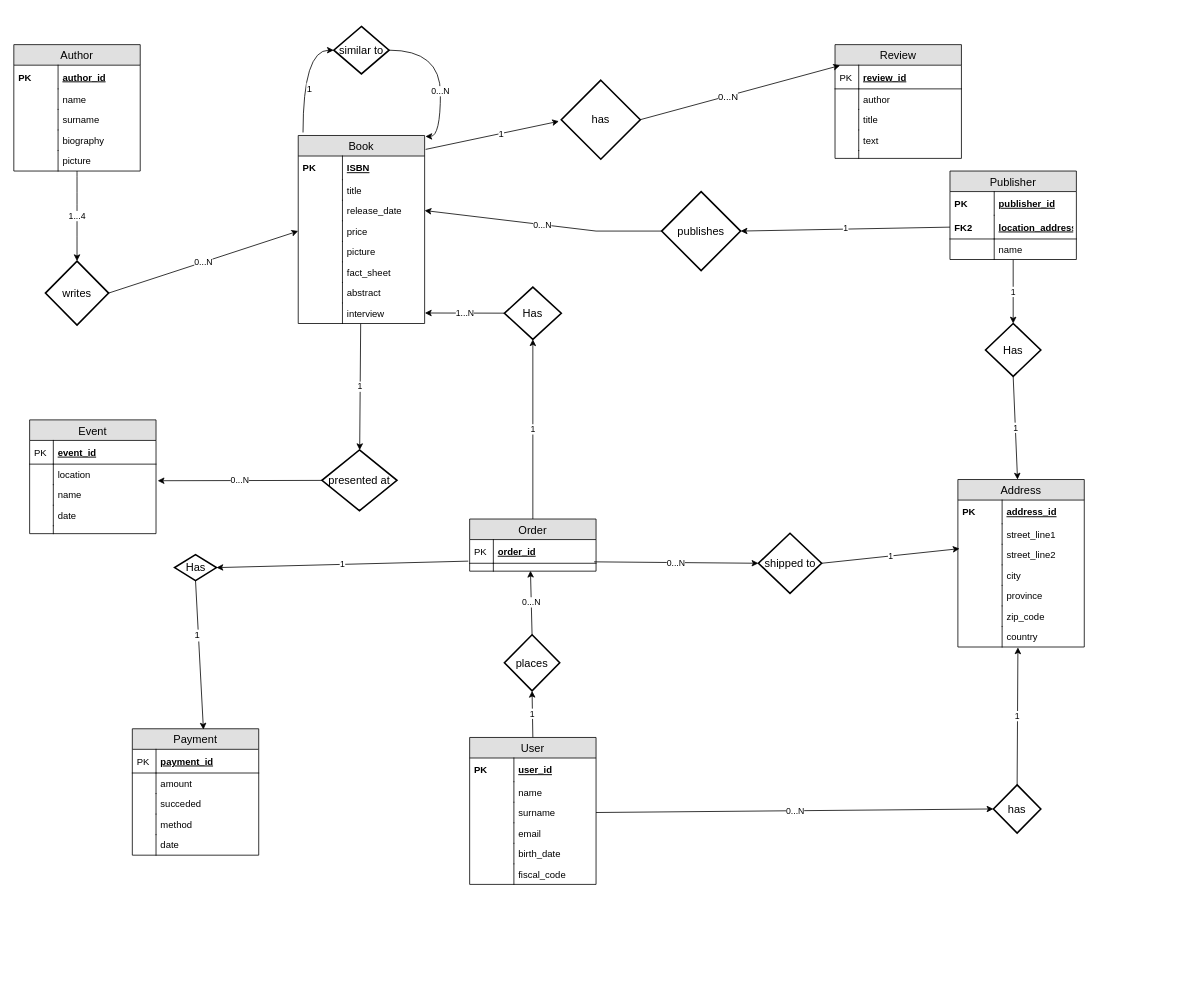
Before: other/er_diagram/ER.drawio in malta895/hypermedia-project, a draw.io diagram. Source tidied: cells renumbered, new cells numbered last; positions are measured from the earlier drawing's top-left corner, leaving out a move shared by most shapes. Both pictures are drawn from the tidied source at 79%, with x=0, y=0 at pixel (13, 26).
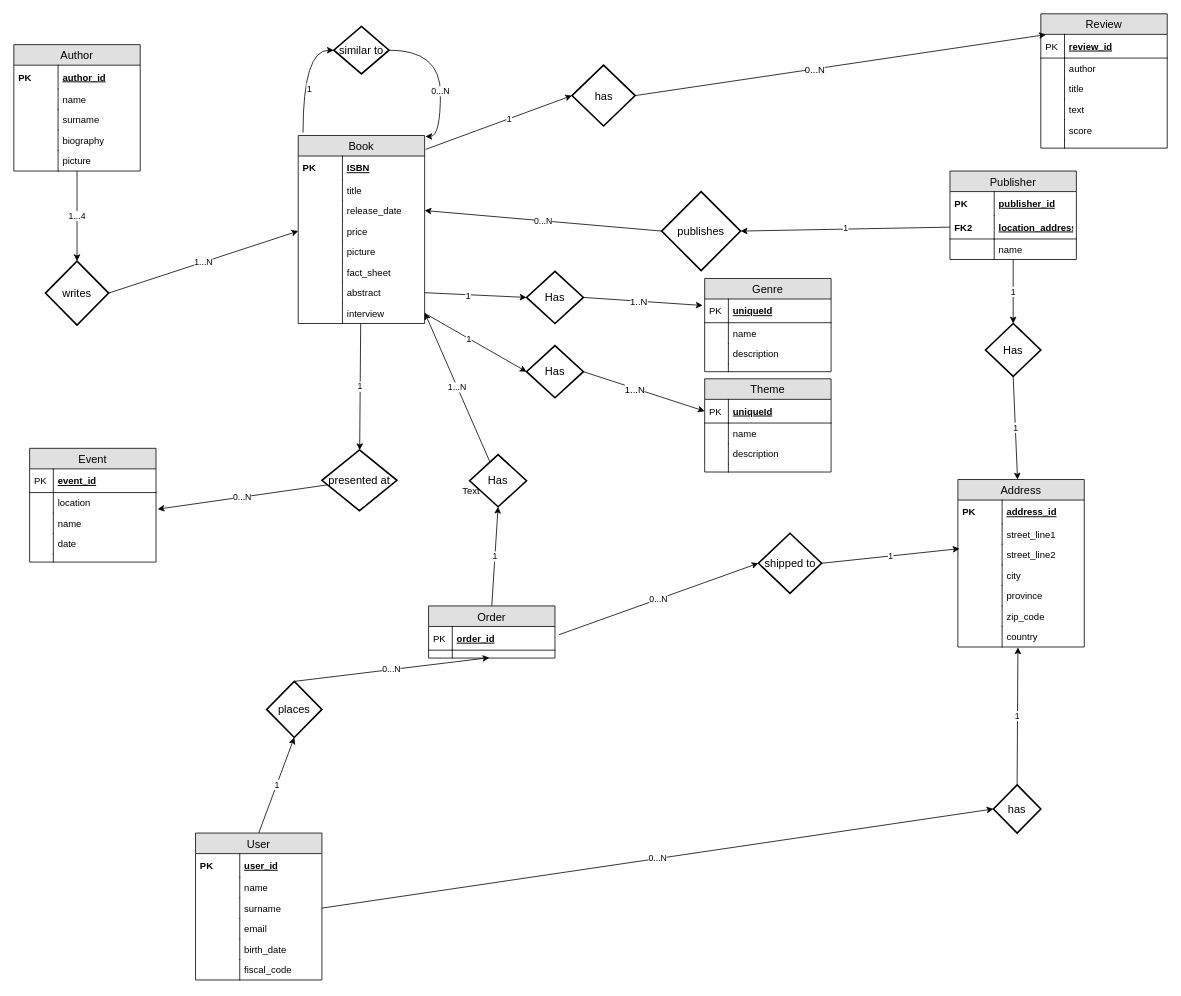
The same diagram, later.

The change refers to these unchanged cells:
```xml
<mxCell id="40" value="Book" style="swimlane;fontStyle=0;horizontal=1;startSize=26;fillColor=#e0e0e0;swimlaneFillColor=#ffffff;align=center;fontSize=14;" parent="1" vertex="1">
  <mxGeometry x="360" y="138" width="160" height="238" as="geometry" />
</mxCell>
<mxCell id="45" value="release_date" style="shape=partialRectangle;top=0;left=0;right=0;bottom=0;align=left;verticalAlign=top;fillColor=none;spacingLeft=60;spacingRight=4;overflow=hidden;points=[[0,0.5],[1,0.5]];portConstraint=eastwest;fontSize=12;" parent="40" vertex="1">
  <mxGeometry y="82" width="160" height="26" as="geometry" />
</mxCell>
<mxCell id="47" value="price" style="shape=partialRectangle;top=0;left=0;right=0;bottom=0;align=left;verticalAlign=top;fillColor=none;spacingLeft=60;spacingRight=4;overflow=hidden;points=[[0,0.5],[1,0.5]];portConstraint=eastwest;fontSize=12;" parent="40" vertex="1">
  <mxGeometry y="108" width="160" height="26" as="geometry" />
</mxCell>
<mxCell id="53" value="abstract" style="shape=partialRectangle;top=0;left=0;right=0;bottom=0;align=left;verticalAlign=top;fillColor=none;spacingLeft=60;spacingRight=4;overflow=hidden;points=[[0,0.5],[1,0.5]];portConstraint=eastwest;fontSize=12;" parent="40" vertex="1">
  <mxGeometry y="186" width="160" height="26" as="geometry" />
</mxCell>
<mxCell id="55" value="interview" style="shape=partialRectangle;top=0;left=0;right=0;bottom=0;align=left;verticalAlign=top;fillColor=none;spacingLeft=60;spacingRight=4;overflow=hidden;points=[[0,0.5],[1,0.5]];portConstraint=eastwest;fontSize=12;" parent="40" vertex="1">
  <mxGeometry y="212" width="160" height="26" as="geometry" />
</mxCell>
<mxCell id="89" value="publishes" style="shape=rhombus;strokeWidth=2;fontSize=17;perimeter=rhombusPerimeter;whiteSpace=wrap;html=1;align=center;fontSize=14;" parent="1" vertex="1">
  <mxGeometry x="820" y="209" width="100" height="100" as="geometry" />
</mxCell>
<mxCell id="95" value="writes&lt;br&gt;" style="shape=rhombus;strokeWidth=2;fontSize=17;perimeter=rhombusPerimeter;whiteSpace=wrap;html=1;align=center;fontSize=14;" parent="1" vertex="1">
  <mxGeometry x="40" y="297" width="80" height="81" as="geometry" />
</mxCell>
<mxCell id="103" value="shipped to&lt;br&gt;" style="shape=rhombus;strokeWidth=2;fontSize=17;perimeter=rhombusPerimeter;whiteSpace=wrap;html=1;align=center;fontSize=14;" parent="1" vertex="1">
  <mxGeometry x="942.5" y="641.5" width="80" height="76" as="geometry" />
</mxCell>
```

Diff of the diagram source:
```diff
@@
     <mxCell id="26" value="User" style="swimlane;fontStyle=0;horizontal=1;startSize=26;fillColor=#e0e0e0;swimlaneFillColor=#ffffff;align=center;fontSize=14;" parent="1" vertex="1">
-      <mxGeometry x="577" y="900" width="160" height="186" as="geometry" />
+      <mxGeometry x="230" y="1021" width="160" height="186" as="geometry" />
     </mxCell>
@@
     <mxCell id="69" value="Event" style="swimlane;fontStyle=0;horizontal=1;startSize=26;fillColor=#e0e0e0;swimlaneFillColor=#ffffff;align=center;fontSize=14;" parent="1" vertex="1">
-      <mxGeometry x="20" y="498" width="160" height="144" as="geometry" />
+      <mxGeometry x="20" y="534" width="160" height="144" as="geometry" />
     </mxCell>
@@
-    <mxCell id="81" value="1" style="edgeStyle=none;rounded=0;jettySize=auto;html=1;exitX=-0.013;exitY=-0.115;exitDx=0;exitDy=0;startArrow=none;startFill=0;endArrow=classic;endFill=1;entryX=1;entryY=0.5;entryDx=0;entryDy=0;exitPerimeter=0;" parent="1" edge="1" target="123">
-      <mxGeometry relative="1" as="geometry">
-        <mxPoint x="575.3" y="676.8" as="sourcePoint" />
-      </mxGeometry>
-    </mxCell>
     <mxCell id="82" value="Order" style="swimlane;fontStyle=0;horizontal=1;startSize=26;fillColor=#e0e0e0;swimlaneFillColor=#ffffff;align=center;fontSize=14;" parent="1" vertex="1">
-      <mxGeometry x="577" y="623.5" width="160" height="66" as="geometry" />
+      <mxGeometry x="525" y="733.5" width="160" height="66" as="geometry" />
     </mxCell>
@@
     <mxCell id="88" value="0...N" style="edgeStyle=none;rounded=0;jettySize=auto;html=1;exitX=0;exitY=0.5;exitDx=0;exitDy=0;entryX=1;entryY=0.5;entryDx=0;entryDy=0;startArrow=none;startFill=0;endArrow=classic;endFill=1;" parent="1" edge="1" source="89" target="45">
-      <mxGeometry relative="1" as="geometry">
-        <Array as="points">
-          <mxPoint x="737" y="259" />
-        </Array>
-      </mxGeometry>
+      <mxGeometry relative="1" as="geometry" />
     </mxCell>
@@
-    <mxCell id="94" value="0...N" style="rounded=0;jettySize=auto;html=1;entryX=0;entryY=0.5;entryDx=0;entryDy=0;startArrow=none;startFill=0;endArrow=classic;endFill=1;exitX=1;exitY=0.5;exitDx=0;exitDy=0;" parent="1" edge="1" source="95" target="47">
+    <mxCell id="94" value="1...N" style="rounded=0;jettySize=auto;html=1;entryX=0;entryY=0.5;entryDx=0;entryDy=0;startArrow=none;startFill=0;endArrow=classic;endFill=1;exitX=1;exitY=0.5;exitDx=0;exitDy=0;" parent="1" edge="1" source="95" target="47">
       <mxGeometry relative="1" as="geometry" />
     </mxCell>
@@
     <mxCell id="101" value="Has" style="shape=rhombus;strokeWidth=2;fontSize=17;perimeter=rhombusPerimeter;whiteSpace=wrap;html=1;align=center;fontSize=14;" parent="1" vertex="1">
-      <mxGeometry x="621" y="330" width="72" height="66" as="geometry" />
+      <mxGeometry x="577" y="542" width="72" height="66" as="geometry" />
     </mxCell>
@@
-    <mxCell id="104" value="0...N&lt;br&gt;" style="edgeStyle=none;rounded=0;jettySize=auto;html=1;exitX=0.985;exitY=-0.071;exitDx=0;exitDy=0;entryX=0;entryY=0.5;entryDx=0;entryDy=0;startArrow=none;startFill=0;endArrow=classic;endFill=1;exitPerimeter=0;" parent="1" edge="1" target="103">
+    <mxCell id="104" value="0...N&lt;br&gt;" style="edgeStyle=none;rounded=0;jettySize=auto;html=1;entryX=0;entryY=0.5;entryDx=0;entryDy=0;startArrow=none;startFill=0;endArrow=classic;endFill=1;" parent="1" edge="1" target="103">
       <mxGeometry relative="1" as="geometry">
-        <mxPoint x="734.5" y="677.7" as="sourcePoint" />
+        <mxPoint x="690" y="770" as="sourcePoint" />
       </mxGeometry>
     </mxCell>
@@
     <mxCell id="109" value="places&lt;br&gt;" style="shape=rhombus;strokeWidth=2;fontSize=17;perimeter=rhombusPerimeter;whiteSpace=wrap;html=1;align=center;fontSize=14;" parent="1" vertex="1">
-      <mxGeometry x="621" y="770" width="70" height="71" as="geometry" />
+      <mxGeometry x="320" y="829" width="70" height="71" as="geometry" />
     </mxCell>
-    <mxCell id="110" value="Payment" style="swimlane;fontStyle=0;horizontal=1;startSize=26;fillColor=#e0e0e0;swimlaneFillColor=#ffffff;align=center;fontSize=14;" parent="1" vertex="1">
-      <mxGeometry x="150" y="889" width="160" height="160" as="geometry" />
-    </mxCell>
-    <mxCell id="111" value="payment_id" style="shape=partialRectangle;top=0;left=0;right=0;bottom=1;align=left;verticalAlign=middle;fillColor=none;spacingLeft=34;spacingRight=4;overflow=hidden;fontStyle=5;fontSize=12;" parent="110" vertex="1">
-      <mxGeometry y="26" width="160" height="30" as="geometry" />
-    </mxCell>
-    <mxCell id="112" value="PK" style="shape=partialRectangle;top=0;left=0;bottom=0;fillColor=none;align=left;verticalAlign=middle;spacingLeft=4;spacingRight=4;overflow=hidden;fontSize=12;" parent="111" vertex="1">
-      <mxGeometry width="30" height="30" as="geometry" />
-    </mxCell>
-    <mxCell id="113" value="amount" style="shape=partialRectangle;top=0;left=0;right=0;bottom=0;align=left;verticalAlign=top;fillColor=none;spacingLeft=34;spacingRight=4;overflow=hidden;fontSize=12;" parent="110" vertex="1">
-      <mxGeometry y="56" width="160" height="26" as="geometry" />
-    </mxCell>
-    <mxCell id="114" style="shape=partialRectangle;top=0;left=0;bottom=0;fillColor=none;align=left;verticalAlign=top;spacingLeft=4;spacingRight=4;overflow=hidden;fontSize=12;" parent="113" vertex="1">
-      <mxGeometry width="30" height="26" as="geometry" />
-    </mxCell>
-    <mxCell id="115" value="succeded" style="shape=partialRectangle;top=0;left=0;right=0;bottom=0;align=left;verticalAlign=top;fillColor=none;spacingLeft=34;spacingRight=4;overflow=hidden;fontSize=12;" parent="110" vertex="1">
-      <mxGeometry y="82" width="160" height="26" as="geometry" />
-    </mxCell>
-    <mxCell id="116" style="shape=partialRectangle;top=0;left=0;bottom=0;fillColor=none;align=left;verticalAlign=top;spacingLeft=4;spacingRight=4;overflow=hidden;fontSize=12;" parent="115" vertex="1">
-      <mxGeometry width="30" height="26" as="geometry" />
-    </mxCell>
-    <mxCell id="117" value="method" style="shape=partialRectangle;top=0;left=0;right=0;bottom=0;align=left;verticalAlign=top;fillColor=none;spacingLeft=34;spacingRight=4;overflow=hidden;fontSize=12;" parent="110" vertex="1">
-      <mxGeometry y="108" width="160" height="26" as="geometry" />
-    </mxCell>
-    <mxCell id="118" style="shape=partialRectangle;top=0;left=0;bottom=0;fillColor=none;align=left;verticalAlign=top;spacingLeft=4;spacingRight=4;overflow=hidden;fontSize=12;" parent="117" vertex="1">
-      <mxGeometry width="30" height="26" as="geometry" />
-    </mxCell>
-    <mxCell id="119" value="date" style="shape=partialRectangle;top=0;left=0;right=0;bottom=0;align=left;verticalAlign=top;fillColor=none;spacingLeft=34;spacingRight=4;overflow=hidden;fontSize=12;" parent="110" vertex="1">
-      <mxGeometry y="134" width="160" height="26" as="geometry" />
-    </mxCell>
-    <mxCell id="120" style="shape=partialRectangle;top=0;left=0;bottom=0;fillColor=none;align=left;verticalAlign=top;spacingLeft=4;spacingRight=4;overflow=hidden;fontSize=12;" parent="119" vertex="1">
-      <mxGeometry width="30" height="26" as="geometry" />
-    </mxCell>
-    <mxCell id="121" style="edgeStyle=none;rounded=0;jettySize=auto;html=1;exitX=0.5;exitY=1;exitDx=0;exitDy=0;startArrow=none;startFill=0;endArrow=classic;endFill=1;" parent="1" edge="1" source="123">
-      <mxGeometry x="0.32" relative="1" as="geometry">
-        <mxPoint x="240" y="890" as="targetPoint" />
-      </mxGeometry>
-    </mxCell>
-    <mxCell id="122" value="1" style="text;html=1;align=center;verticalAlign=middle;labelBackgroundColor=#ffffff;" parent="121" vertex="1">
-      <mxGeometry x="-0.27" y="-2" relative="1" as="geometry" />
-    </mxCell>
-    <mxCell id="123" value="Has" style="shape=rhombus;strokeWidth=2;fontSize=17;perimeter=rhombusPerimeter;whiteSpace=wrap;html=1;align=center;fontSize=14;" parent="1" vertex="1">
-      <mxGeometry x="203.5" y="668.5" width="53" height="33" as="geometry" />
-    </mxCell>
     <mxCell id="124" value="Review" style="swimlane;fontStyle=0;horizontal=1;startSize=26;fillColor=#e0e0e0;swimlaneFillColor=#ffffff;align=center;fontSize=14;" parent="1" vertex="1">
-      <mxGeometry x="1039.5" y="23" width="160" height="144" as="geometry" />
+      <mxGeometry x="1300" y="-16" width="160" height="170" as="geometry" />
     </mxCell>
@@
+    <mxCell id="140" value="score&#10;" style="shape=partialRectangle;top=0;left=0;right=0;bottom=0;align=left;verticalAlign=top;fillColor=none;spacingLeft=34;spacingRight=4;overflow=hidden;fontSize=12;" parent="124" vertex="1">
+      <mxGeometry y="134" width="160" height="26" as="geometry" />
+    </mxCell>
+    <mxCell id="141" style="shape=partialRectangle;top=0;left=0;bottom=0;fillColor=none;align=left;verticalAlign=top;spacingLeft=4;spacingRight=4;overflow=hidden;fontSize=12;" parent="140" vertex="1">
+      <mxGeometry width="30" height="26" as="geometry" />
+    </mxCell>
     <mxCell id="133" style="shape=partialRectangle;top=0;left=0;right=0;bottom=0;align=left;verticalAlign=top;fillColor=none;spacingLeft=34;spacingRight=4;overflow=hidden;fontSize=12;" parent="124" vertex="1">
-      <mxGeometry y="134" width="160" height="10" as="geometry" />
+      <mxGeometry y="160" width="160" height="10" as="geometry" />
     </mxCell>
@@
     <mxCell id="135" value="has" style="shape=rhombus;strokeWidth=2;fontSize=17;perimeter=rhombusPerimeter;whiteSpace=wrap;html=1;align=center;fontSize=14;" parent="1" vertex="1">
-      <mxGeometry x="693" y="68" width="100" height="100" as="geometry" />
+      <mxGeometry x="706.5" y="49" width="80" height="77" as="geometry" />
     </mxCell>
-    <mxCell id="136" style="endArrow=classic;html=1;exitX=1.008;exitY=0.074;exitDx=0;exitDy=0;exitPerimeter=0;" parent="1" edge="1" source="40">
-      <mxGeometry relative="1" as="geometry">
-        <mxPoint x="690" y="120" as="targetPoint" />
-      </mxGeometry>
+    <mxCell id="136" style="endArrow=classic;html=1;exitX=1.008;exitY=0.074;exitDx=0;exitDy=0;exitPerimeter=0;entryX=0;entryY=0.5;entryDx=0;entryDy=0;" parent="1" edge="1" source="40" target="135">
+      <mxGeometry relative="1" as="geometry" />
     </mxCell>
@@
+    <mxCell id="142" value="Genre" style="swimlane;fontStyle=0;horizontal=1;startSize=26;fillColor=#e0e0e0;swimlaneFillColor=#ffffff;align=center;fontSize=14;" parent="1" vertex="1">
+      <mxGeometry x="874.5" y="319" width="160" height="118" as="geometry" />
+    </mxCell>
+    <mxCell id="143" value="uniqueId" style="shape=partialRectangle;top=0;left=0;right=0;bottom=1;align=left;verticalAlign=middle;fillColor=none;spacingLeft=34;spacingRight=4;overflow=hidden;points=[[0,0.5],[1,0.5]];portConstraint=eastwest;fontStyle=5;fontSize=12;" parent="142" vertex="1">
+      <mxGeometry y="26" width="160" height="30" as="geometry" />
+    </mxCell>
+    <mxCell id="144" value="PK" style="shape=partialRectangle;top=0;left=0;bottom=0;fillColor=none;align=left;verticalAlign=middle;spacingLeft=4;spacingRight=4;overflow=hidden;fontSize=12;" parent="143" vertex="1">
+      <mxGeometry width="30" height="30" as="geometry" />
+    </mxCell>
+    <mxCell id="145" value="name" style="shape=partialRectangle;top=0;left=0;right=0;bottom=0;align=left;verticalAlign=top;fillColor=none;spacingLeft=34;spacingRight=4;overflow=hidden;fontSize=12;" parent="142" vertex="1">
+      <mxGeometry y="56" width="160" height="26" as="geometry" />
+    </mxCell>
+    <mxCell id="146" style="shape=partialRectangle;top=0;left=0;bottom=0;fillColor=none;align=left;verticalAlign=top;spacingLeft=4;spacingRight=4;overflow=hidden;fontSize=12;" parent="145" vertex="1">
+      <mxGeometry width="30" height="26" as="geometry" />
+    </mxCell>
+    <mxCell id="147" value="description&#10;" style="shape=partialRectangle;top=0;left=0;right=0;bottom=0;align=left;verticalAlign=top;fillColor=none;spacingLeft=34;spacingRight=4;overflow=hidden;fontSize=12;" parent="142" vertex="1">
+      <mxGeometry y="82" width="160" height="26" as="geometry" />
+    </mxCell>
+    <mxCell id="148" style="shape=partialRectangle;top=0;left=0;bottom=0;fillColor=none;align=left;verticalAlign=top;spacingLeft=4;spacingRight=4;overflow=hidden;fontSize=12;" parent="147" vertex="1">
+      <mxGeometry width="30" height="26" as="geometry" />
+    </mxCell>
+    <mxCell id="149" style="shape=partialRectangle;top=0;left=0;right=0;bottom=0;align=left;verticalAlign=top;fillColor=none;spacingLeft=34;spacingRight=4;overflow=hidden;fontSize=12;" parent="142" vertex="1">
+      <mxGeometry y="108" width="160" height="10" as="geometry" />
+    </mxCell>
+    <mxCell id="150" style="shape=partialRectangle;top=0;left=0;bottom=0;fillColor=none;align=left;verticalAlign=top;spacingLeft=4;spacingRight=4;overflow=hidden;fontSize=12;" parent="149" vertex="1">
+      <mxGeometry width="30" height="10" as="geometry" />
+    </mxCell>
+    <mxCell id="151" value="Theme" style="swimlane;fontStyle=0;horizontal=1;startSize=26;fillColor=#e0e0e0;swimlaneFillColor=#ffffff;align=center;fontSize=14;" parent="1" vertex="1">
+      <mxGeometry x="874.5" y="446" width="160" height="118" as="geometry" />
+    </mxCell>
+    <mxCell id="152" value="uniqueId" style="shape=partialRectangle;top=0;left=0;right=0;bottom=1;align=left;verticalAlign=middle;fillColor=none;spacingLeft=34;spacingRight=4;overflow=hidden;points=[[0,0.5],[1,0.5]];portConstraint=eastwest;fontStyle=5;fontSize=12;" parent="151" vertex="1">
+      <mxGeometry y="26" width="160" height="30" as="geometry" />
+    </mxCell>
+    <mxCell id="153" value="PK" style="shape=partialRectangle;top=0;left=0;bottom=0;fillColor=none;align=left;verticalAlign=middle;spacingLeft=4;spacingRight=4;overflow=hidden;fontSize=12;" parent="152" vertex="1">
+      <mxGeometry width="30" height="30" as="geometry" />
+    </mxCell>
+    <mxCell id="154" value="name" style="shape=partialRectangle;top=0;left=0;right=0;bottom=0;align=left;verticalAlign=top;fillColor=none;spacingLeft=34;spacingRight=4;overflow=hidden;fontSize=12;" parent="151" vertex="1">
+      <mxGeometry y="56" width="160" height="26" as="geometry" />
+    </mxCell>
+    <mxCell id="155" style="shape=partialRectangle;top=0;left=0;bottom=0;fillColor=none;align=left;verticalAlign=top;spacingLeft=4;spacingRight=4;overflow=hidden;fontSize=12;" parent="154" vertex="1">
+      <mxGeometry width="30" height="26" as="geometry" />
+    </mxCell>
+    <mxCell id="156" value="description&#10;" style="shape=partialRectangle;top=0;left=0;right=0;bottom=0;align=left;verticalAlign=top;fillColor=none;spacingLeft=34;spacingRight=4;overflow=hidden;fontSize=12;" parent="151" vertex="1">
+      <mxGeometry y="82" width="160" height="26" as="geometry" />
+    </mxCell>
+    <mxCell id="157" style="shape=partialRectangle;top=0;left=0;bottom=0;fillColor=none;align=left;verticalAlign=top;spacingLeft=4;spacingRight=4;overflow=hidden;fontSize=12;" parent="156" vertex="1">
+      <mxGeometry width="30" height="26" as="geometry" />
+    </mxCell>
+    <mxCell id="158" style="shape=partialRectangle;top=0;left=0;right=0;bottom=0;align=left;verticalAlign=top;fillColor=none;spacingLeft=34;spacingRight=4;overflow=hidden;fontSize=12;" parent="151" vertex="1">
+      <mxGeometry y="108" width="160" height="10" as="geometry" />
+    </mxCell>
+    <mxCell id="159" style="shape=partialRectangle;top=0;left=0;bottom=0;fillColor=none;align=left;verticalAlign=top;spacingLeft=4;spacingRight=4;overflow=hidden;fontSize=12;" parent="158" vertex="1">
+      <mxGeometry width="30" height="10" as="geometry" />
+    </mxCell>
+    <mxCell id="160" style="edgeStyle=none;rounded=0;jettySize=auto;html=1;exitX=1;exitY=0.5;exitDx=0;exitDy=0;entryX=0;entryY=0.5;entryDx=0;entryDy=0;" parent="1" edge="1" source="162" target="152">
+      <mxGeometry relative="1" as="geometry" />
+    </mxCell>
+    <mxCell id="161" value="1...N&lt;br&gt;" style="text;html=1;align=center;verticalAlign=middle;labelBackgroundColor=#ffffff;" parent="160" vertex="1">
+      <mxGeometry x="-0.16" y="-1" relative="1" as="geometry" />
+    </mxCell>
+    <mxCell id="162" value="Has" style="shape=rhombus;strokeWidth=2;fontSize=17;perimeter=rhombusPerimeter;whiteSpace=wrap;html=1;align=center;fontSize=14;" parent="1" vertex="1">
+      <mxGeometry x="649" y="404" width="72" height="66" as="geometry" />
+    </mxCell>
+    <mxCell id="163" style="rounded=0;jettySize=auto;html=1;exitX=1;exitY=0.5;exitDx=0;exitDy=0;entryX=-0.016;entryY=0.273;entryDx=0;entryDy=0;entryPerimeter=0;" parent="1" edge="1" source="165" target="143">
+      <mxGeometry relative="1" as="geometry" />
+    </mxCell>
+    <mxCell id="164" value="1..N&lt;br&gt;" style="text;html=1;align=center;verticalAlign=middle;labelBackgroundColor=#ffffff;" parent="163" vertex="1">
+      <mxGeometry x="-0.08" y="-1" relative="1" as="geometry" />
+    </mxCell>
+    <mxCell id="165" value="Has" style="shape=rhombus;strokeWidth=2;fontSize=17;perimeter=rhombusPerimeter;whiteSpace=wrap;html=1;align=center;fontSize=14;" parent="1" vertex="1">
+      <mxGeometry x="649" y="310" width="72" height="66" as="geometry" />
+    </mxCell>
+    <mxCell id="166" style="rounded=0;jettySize=auto;html=1;exitX=1;exitY=0.5;exitDx=0;exitDy=0;entryX=0;entryY=0.5;entryDx=0;entryDy=0;" parent="1" edge="1" source="53" target="165">
+      <mxGeometry relative="1" as="geometry" />
+    </mxCell>
+    <mxCell id="122" value="1" style="text;html=1;align=center;verticalAlign=middle;labelBackgroundColor=#ffffff;" parent="166" vertex="1">
+      <mxGeometry x="-0.15" y="-1" relative="1" as="geometry" />
+    </mxCell>
+    <mxCell id="167" style="edgeStyle=none;rounded=0;jettySize=auto;html=1;exitX=1;exitY=0.5;exitDx=0;exitDy=0;entryX=0;entryY=0.5;entryDx=0;entryDy=0;" parent="1" edge="1" source="55" target="162">
+      <mxGeometry relative="1" as="geometry" />
+    </mxCell>
+    <mxCell id="81" value="1&lt;br&gt;" style="text;html=1;align=center;verticalAlign=middle;labelBackgroundColor=#ffffff;" parent="167" vertex="1">
+      <mxGeometry x="-0.14" y="-1" relative="1" as="geometry" />
+    </mxCell>
+    <mxCell id="168" value="Text" style="text;html=1;align=left;verticalAlign=top;spacingTop=-4;" parent="1" vertex="1">
+      <mxGeometry x="566" y="578" width="40" height="20" as="geometry" />
+    </mxCell>
```
